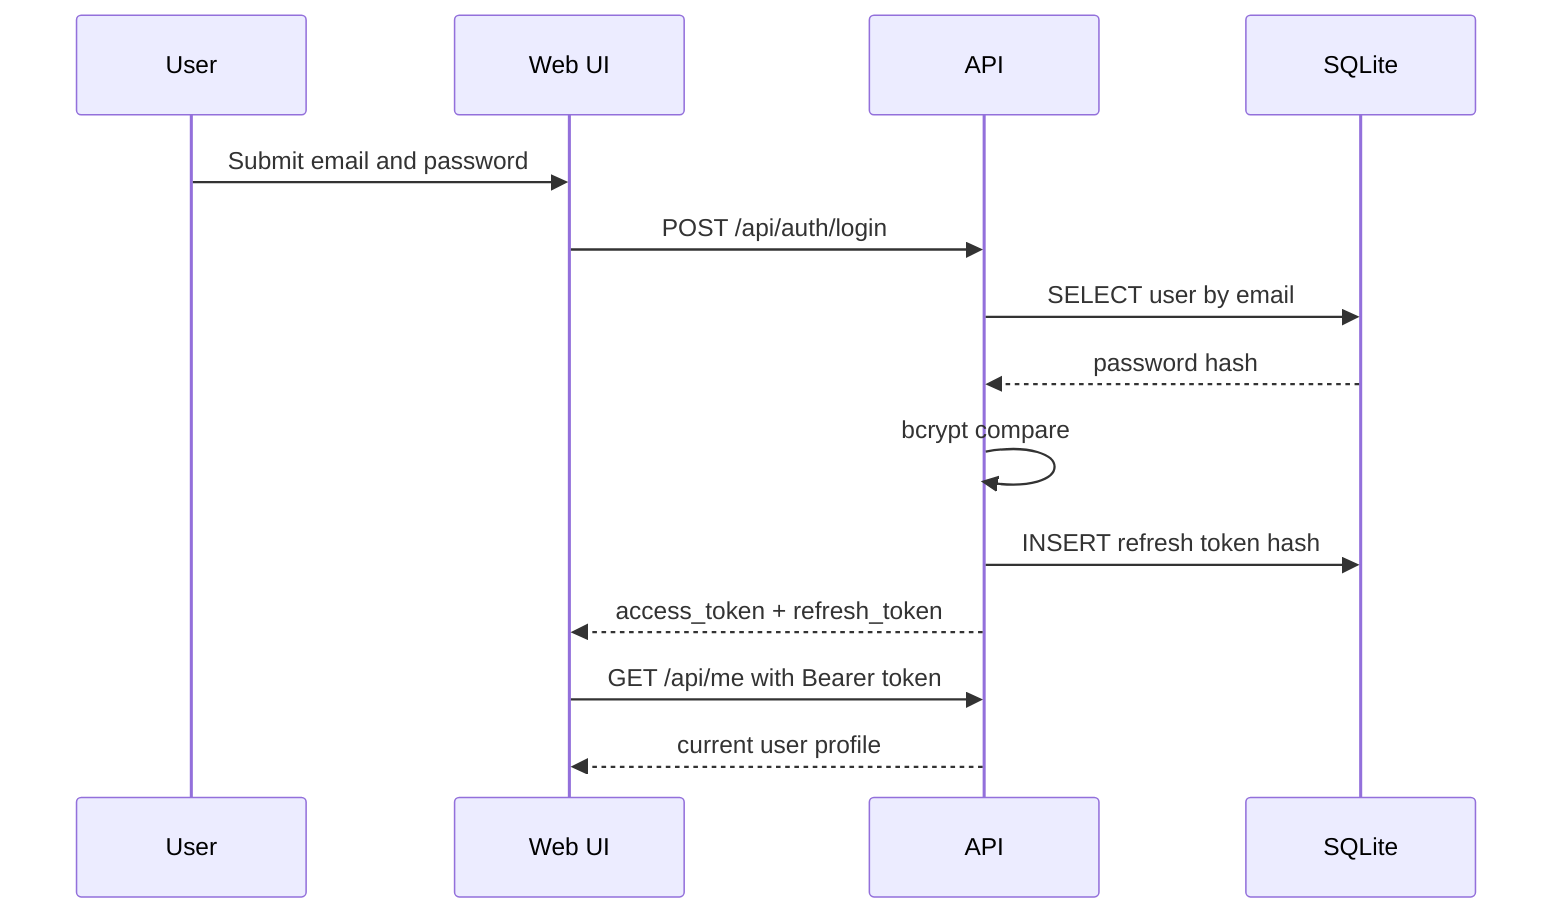
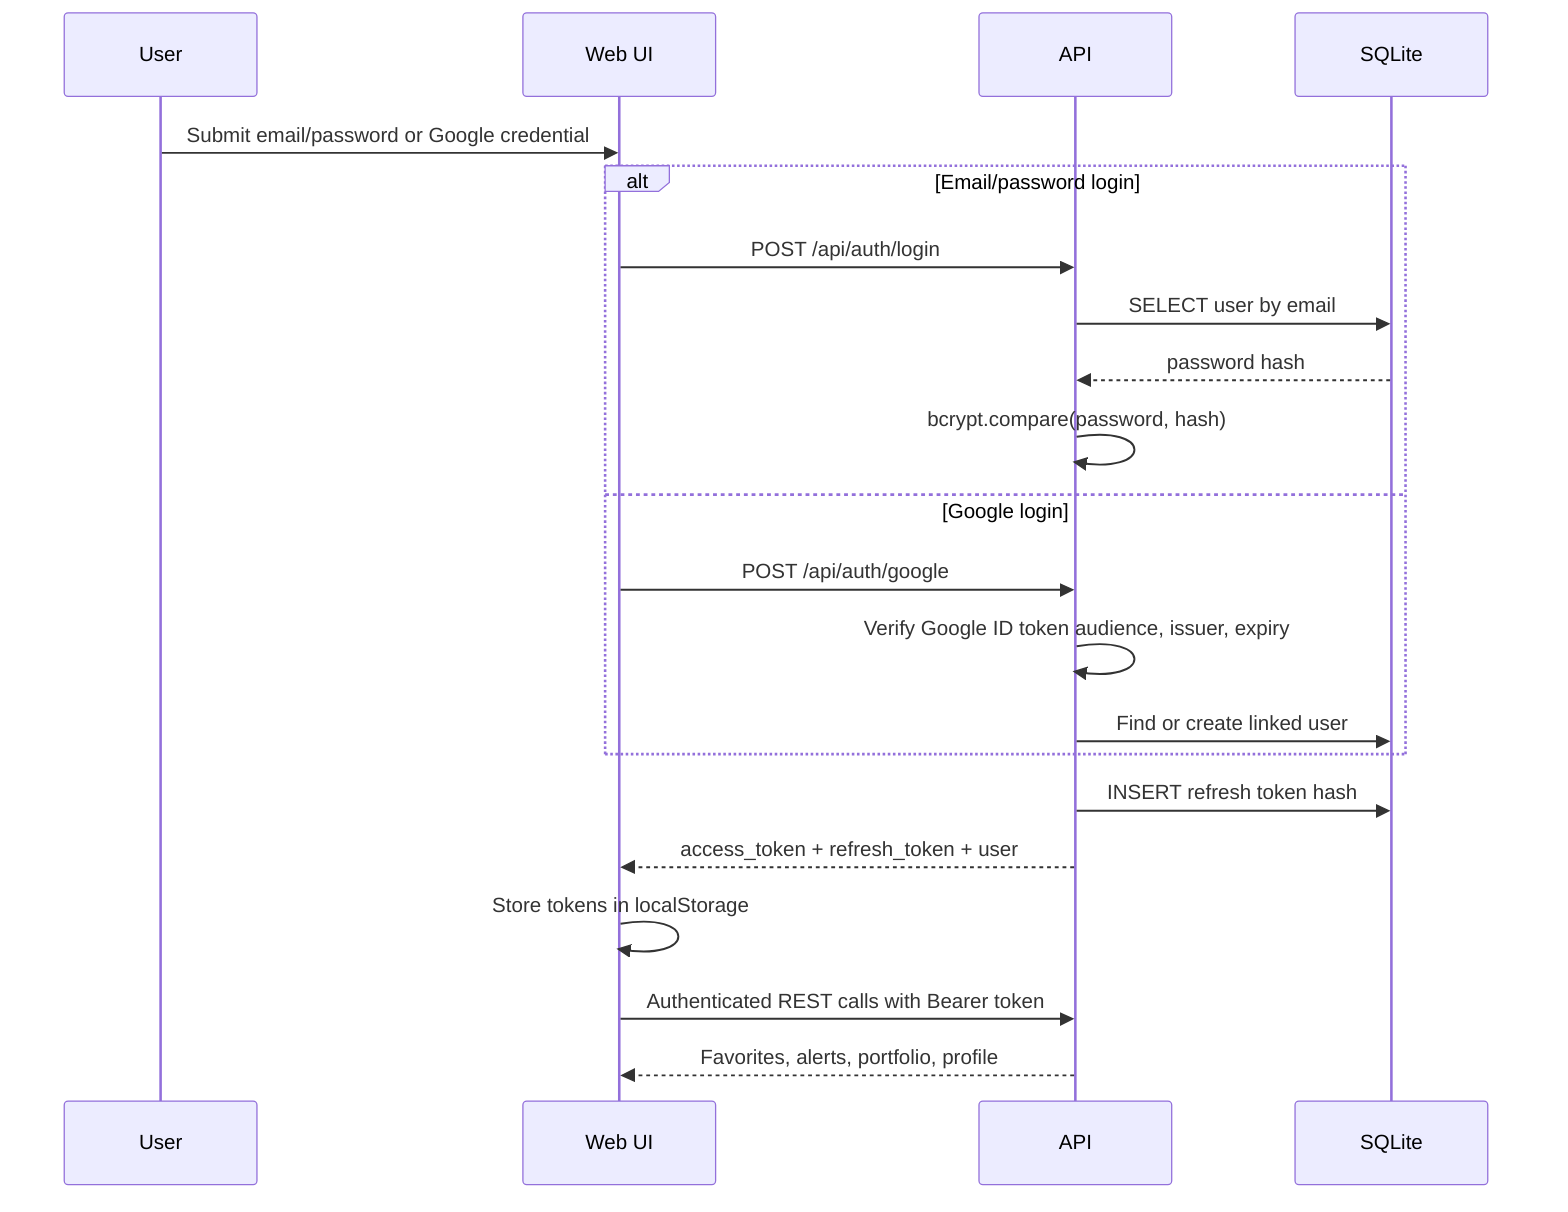
sequenceDiagram
    participant U as User
    participant W as Web UI
    participant A as API
    participant D as SQLite

-     U->>W: Submit email and password
-     W->>A: POST /api/auth/login
-     A->>D: SELECT user by email
-     D-->>A: password hash
-     A->>A: bcrypt compare
+     U->>W: Submit email/password or Google credential
+     alt Email/password login
+       W->>A: POST /api/auth/login
+       A->>D: SELECT user by email
+       D-->>A: password hash
+       A->>A: bcrypt.compare(password, hash)
+     else Google login
+       W->>A: POST /api/auth/google
+       A->>A: Verify Google ID token audience, issuer, expiry
+       A->>D: Find or create linked user
+     end
    A->>D: INSERT refresh token hash
-     A-->>W: access_token + refresh_token
-     W->>A: GET /api/me with Bearer token
-     A-->>W: current user profile
+     A-->>W: access_token + refresh_token + user
+     W->>W: Store tokens in localStorage
+     W->>A: Authenticated REST calls with Bearer token
+     A-->>W: Favorites, alerts, portfolio, profile
